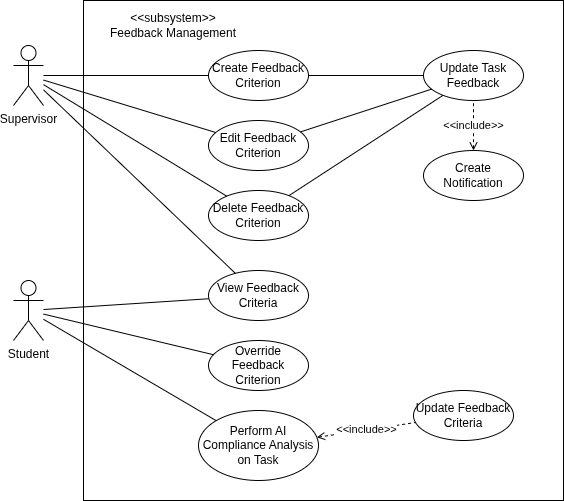
The draw.io diagram UML/Use Case Diagrams/images/Feedback Subsystem.drawio.png in Beginner50/Dissertation, before a commit. Source tidied: cells renumbered, new cells last; positions are measured from the earlier drawing's top-left corner, leaving out a move shared by most shapes. The source it was exported from:
```xml
<mxGraphModel>
  <root>
    <mxCell id="0" />
    <mxCell id="1" parent="0" />
    <mxCell id="2" style="rounded=0;whiteSpace=wrap;html=1;" parent="1" vertex="1">
      <mxGeometry x="70" width="480" height="500" as="geometry" />
    </mxCell>
    <mxCell id="3" value="&amp;lt;&amp;lt;subsystem&amp;gt;&amp;gt;&lt;br&gt;Feedback Management" style="text;html=1;strokeColor=none;fillColor=none;align=center;verticalAlign=middle;whiteSpace=wrap;rounded=0;" parent="1" vertex="1">
      <mxGeometry x="80" y="10" width="160" height="30" as="geometry" />
    </mxCell>
    <mxCell id="4" value="Student" style="shape=umlActor;verticalLabelPosition=bottom;verticalAlign=top;html=1;outlineConnect=0;" parent="1" vertex="1">
      <mxGeometry y="280" width="30" height="60" as="geometry" />
    </mxCell>
    <mxCell id="5" style="endArrow=none;html=1;rounded=0;" parent="1" edge="1" source="4" target="10">
      <mxGeometry relative="1" as="geometry" />
    </mxCell>
    <mxCell id="6" value="Supervisor" style="shape=umlActor;verticalLabelPosition=bottom;verticalAlign=top;html=1;outlineConnect=0;" parent="1" vertex="1">
      <mxGeometry y="45" width="30" height="60" as="geometry" />
    </mxCell>
    <mxCell id="7" value="Create Feedback Criterion" style="ellipse;whiteSpace=wrap;html=1;" parent="1" vertex="1">
      <mxGeometry x="195" y="50" width="100" height="50" as="geometry" />
    </mxCell>
    <mxCell id="8" style="endArrow=none;html=1;rounded=0;" parent="1" edge="1" source="6" target="7">
      <mxGeometry relative="1" as="geometry" />
    </mxCell>
    <mxCell id="9" value="Update Task Feedback" style="ellipse;whiteSpace=wrap;html=1;" parent="1" vertex="1">
      <mxGeometry x="410" y="50" width="100" height="50" as="geometry" />
    </mxCell>
    <mxCell id="10" value="View Feedback Criteria" style="ellipse;whiteSpace=wrap;html=1;" parent="1" vertex="1">
      <mxGeometry x="195" y="270" width="100" height="50" as="geometry" />
    </mxCell>
    <mxCell id="11" value="Edit Feedback Criterion" style="ellipse;whiteSpace=wrap;html=1;" parent="1" vertex="1">
      <mxGeometry x="195" y="120" width="100" height="50" as="geometry" />
    </mxCell>
    <mxCell id="12" value="&amp;lt;&amp;lt;include&amp;gt;&amp;gt;" style="endArrow=none;endSize=12;html=1;rounded=0;endFill=0;startArrow=open;startFill=0;dashed=1;" parent="1" edge="1" source="17" target="9">
      <mxGeometry relative="1" as="geometry" />
    </mxCell>
    <mxCell id="13" style="endArrow=none;html=1;rounded=0;" parent="1" edge="1" source="6" target="11">
      <mxGeometry relative="1" as="geometry" />
    </mxCell>
    <mxCell id="14" value="Delete Feedback Criterion" style="ellipse;whiteSpace=wrap;html=1;" parent="1" vertex="1">
      <mxGeometry x="195" y="190" width="100" height="50" as="geometry" />
    </mxCell>
    <mxCell id="15" style="endArrow=none;html=1;rounded=0;" parent="1" edge="1" source="6" target="14">
      <mxGeometry relative="1" as="geometry" />
    </mxCell>
    <mxCell id="16" style="endArrow=none;html=1;rounded=0;" parent="1" edge="1" source="6" target="10">
      <mxGeometry relative="1" as="geometry" />
    </mxCell>
    <mxCell id="17" value="Create Notification" style="ellipse;whiteSpace=wrap;html=1;" parent="1" vertex="1">
      <mxGeometry x="410" y="150" width="100" height="50" as="geometry" />
    </mxCell>
    <mxCell id="18" style="endArrow=none;html=1;rounded=0;" parent="1" edge="1" source="7" target="9">
      <mxGeometry relative="1" as="geometry" />
    </mxCell>
    <mxCell id="19" style="endArrow=none;html=1;rounded=0;" parent="1" edge="1" source="11" target="9">
      <mxGeometry relative="1" as="geometry" />
    </mxCell>
    <mxCell id="20" style="endArrow=none;html=1;rounded=0;" parent="1" edge="1" source="14" target="9">
      <mxGeometry relative="1" as="geometry" />
    </mxCell>
    <mxCell id="21" value="Override Feedback Criterion" style="ellipse;whiteSpace=wrap;html=1;" parent="1" vertex="1">
      <mxGeometry x="195" y="340" width="100" height="50" as="geometry" />
    </mxCell>
    <mxCell id="22" style="endArrow=none;html=1;rounded=0;" parent="1" edge="1" source="4" target="21">
      <mxGeometry relative="1" as="geometry" />
    </mxCell>
    <mxCell id="23" value="Perform AI Compliance Analysis on Task" style="ellipse;whiteSpace=wrap;html=1;" parent="1" vertex="1">
      <mxGeometry x="185" y="410" width="120" height="70" as="geometry" />
    </mxCell>
    <mxCell id="24" value="Update Feedback Criteria" style="ellipse;whiteSpace=wrap;html=1;" parent="1" vertex="1">
      <mxGeometry x="400" y="390" width="100" height="50" as="geometry" />
    </mxCell>
    <mxCell id="25" style="endArrow=none;html=1;rounded=0;" parent="1" edge="1" source="4" target="23">
      <mxGeometry relative="1" as="geometry" />
    </mxCell>
    <mxCell id="26" value="&amp;lt;&amp;lt;include&amp;gt;&amp;gt;" style="endArrow=none;endSize=12;html=1;rounded=0;endFill=0;startArrow=open;startFill=0;dashed=1;" parent="1" edge="1" source="23" target="24">
      <mxGeometry relative="1" as="geometry" />
    </mxCell>
  </root>
</mxGraphModel>
```
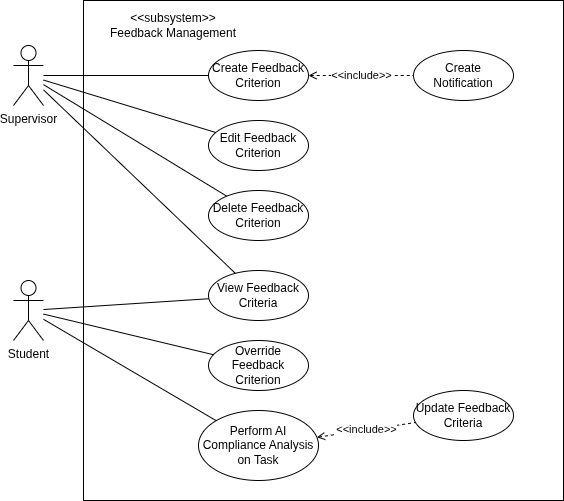
The same file after the commit.

What changed in the source:
```diff
@@ -23,16 +23,13 @@
     <mxCell id="8" style="endArrow=none;html=1;rounded=0;" parent="1" edge="1" source="6" target="7">
       <mxGeometry relative="1" as="geometry" />
     </mxCell>
-    <mxCell id="9" value="Update Task Feedback" style="ellipse;whiteSpace=wrap;html=1;" parent="1" vertex="1">
-      <mxGeometry x="410" y="50" width="100" height="50" as="geometry" />
-    </mxCell>
     <mxCell id="10" value="View Feedback Criteria" style="ellipse;whiteSpace=wrap;html=1;" parent="1" vertex="1">
       <mxGeometry x="195" y="270" width="100" height="50" as="geometry" />
     </mxCell>
     <mxCell id="11" value="Edit Feedback Criterion" style="ellipse;whiteSpace=wrap;html=1;" parent="1" vertex="1">
       <mxGeometry x="195" y="120" width="100" height="50" as="geometry" />
     </mxCell>
-    <mxCell id="12" value="&amp;lt;&amp;lt;include&amp;gt;&amp;gt;" style="endArrow=none;endSize=12;html=1;rounded=0;endFill=0;startArrow=open;startFill=0;dashed=1;" parent="1" edge="1" source="17" target="9">
+    <mxCell id="12" value="&amp;lt;&amp;lt;include&amp;gt;&amp;gt;" style="endArrow=none;endSize=12;html=1;rounded=0;endFill=0;startArrow=open;startFill=0;dashed=1;" parent="1" edge="1" source="7" target="17">
       <mxGeometry relative="1" as="geometry" />
     </mxCell>
     <mxCell id="13" style="endArrow=none;html=1;rounded=0;" parent="1" edge="1" source="6" target="11">
@@ -48,17 +45,8 @@
       <mxGeometry relative="1" as="geometry" />
     </mxCell>
     <mxCell id="17" value="Create Notification" style="ellipse;whiteSpace=wrap;html=1;" parent="1" vertex="1">
-      <mxGeometry x="410" y="150" width="100" height="50" as="geometry" />
+      <mxGeometry x="400" y="50" width="100" height="50" as="geometry" />
     </mxCell>
-    <mxCell id="18" style="endArrow=none;html=1;rounded=0;" parent="1" edge="1" source="7" target="9">
-      <mxGeometry relative="1" as="geometry" />
-    </mxCell>
-    <mxCell id="19" style="endArrow=none;html=1;rounded=0;" parent="1" edge="1" source="11" target="9">
-      <mxGeometry relative="1" as="geometry" />
-    </mxCell>
-    <mxCell id="20" style="endArrow=none;html=1;rounded=0;" parent="1" edge="1" source="14" target="9">
-      <mxGeometry relative="1" as="geometry" />
-    </mxCell>
     <mxCell id="21" value="Override Feedback Criterion" style="ellipse;whiteSpace=wrap;html=1;" parent="1" vertex="1">
       <mxGeometry x="195" y="340" width="100" height="50" as="geometry" />
     </mxCell>
```
